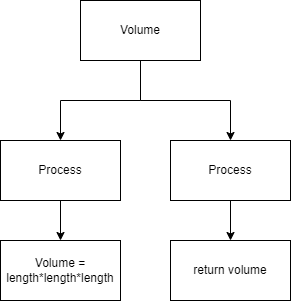
Earlier version of the draw.io export design.png (Huzaifa-Khalid-2/ICS3U-Assigment-6-Python). Source tidied: cells renumbered, new cells last; positions are measured from the earlier drawing's top-left corner, leaving out a move shared by most shapes.
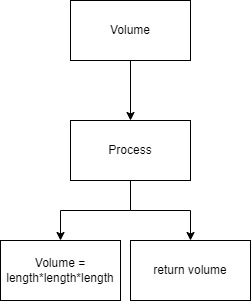
After the commit.

Change to the diagram source:
```diff
@@ -5,31 +5,23 @@
     <mxCell id="2" style="edgeStyle=orthogonalEdgeStyle;html=1;exitX=0.5;exitY=1;exitDx=0;exitDy=0;entryX=0.5;entryY=0;entryDx=0;entryDy=0;rounded=0;" parent="1" edge="1" source="4" target="6">
       <mxGeometry relative="1" as="geometry" />
     </mxCell>
-    <mxCell id="3" style="edgeStyle=orthogonalEdgeStyle;html=1;entryX=0.5;entryY=0;entryDx=0;entryDy=0;rounded=0;" parent="1" edge="1" source="4" target="8">
-      <mxGeometry relative="1" as="geometry" />
-    </mxCell>
     <mxCell id="4" value="Volume" style="rounded=0;whiteSpace=wrap;html=1;" parent="1" vertex="1">
       <mxGeometry x="80" width="120" height="60" as="geometry" />
     </mxCell>
-    <mxCell id="5" style="edgeStyle=orthogonalEdgeStyle;rounded=0;html=1;" parent="1" edge="1" source="6">
-      <mxGeometry relative="1" as="geometry">
-        <mxPoint x="60" y="240" as="targetPoint" />
-      </mxGeometry>
+    <mxCell id="5" style="edgeStyle=orthogonalEdgeStyle;rounded=0;html=1;entryX=0.5;entryY=0;entryDx=0;entryDy=0;" parent="1" edge="1" source="6" target="9">
+      <mxGeometry relative="1" as="geometry" />
     </mxCell>
+    <mxCell id="11" style="edgeStyle=elbowEdgeStyle;html=1;entryX=0.5;entryY=0;entryDx=0;entryDy=0;elbow=vertical;rounded=0;" parent="1" edge="1" source="6" target="10">
+      <mxGeometry relative="1" as="geometry" />
+    </mxCell>
     <mxCell id="6" value="Process" style="rounded=0;whiteSpace=wrap;html=1;" parent="1" vertex="1">
-      <mxGeometry y="140" width="120" height="60" as="geometry" />
+      <mxGeometry x="80" y="120" width="120" height="60" as="geometry" />
     </mxCell>
-    <mxCell id="7" style="edgeStyle=orthogonalEdgeStyle;rounded=0;html=1;entryX=0.5;entryY=0;entryDx=0;entryDy=0;" parent="1" edge="1" source="8" target="10">
-      <mxGeometry relative="1" as="geometry" />
-    </mxCell>
-    <mxCell id="8" value="Process" style="rounded=0;whiteSpace=wrap;html=1;" parent="1" vertex="1">
-      <mxGeometry x="170" y="140" width="120" height="60" as="geometry" />
-    </mxCell>
     <mxCell id="9" value="Volume = length*length*length" style="rounded=0;whiteSpace=wrap;html=1;" parent="1" vertex="1">
-      <mxGeometry y="240" width="120" height="60" as="geometry" />
+      <mxGeometry x="10" y="240" width="120" height="60" as="geometry" />
     </mxCell>
     <mxCell id="10" value="return volume" style="rounded=0;whiteSpace=wrap;html=1;" parent="1" vertex="1">
-      <mxGeometry x="170" y="240" width="120" height="60" as="geometry" />
+      <mxGeometry x="140" y="240" width="120" height="60" as="geometry" />
     </mxCell>
   </root>
 </mxGraphModel>
```
